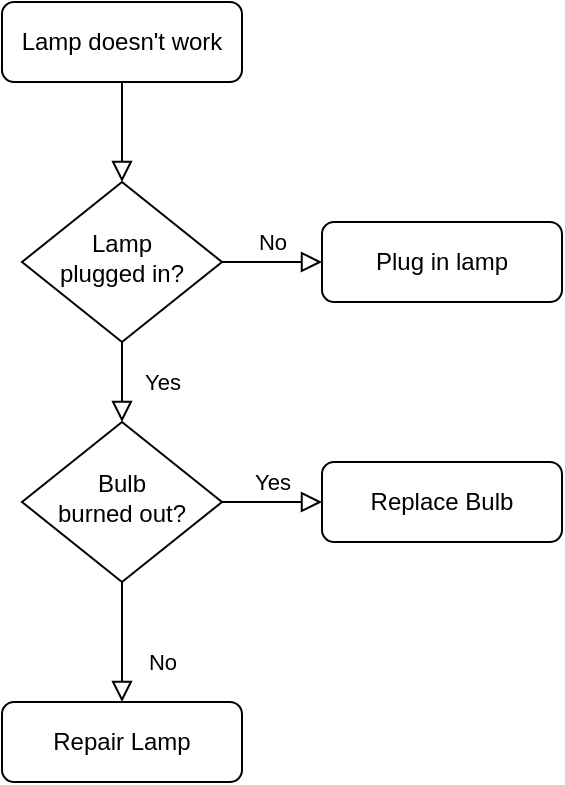
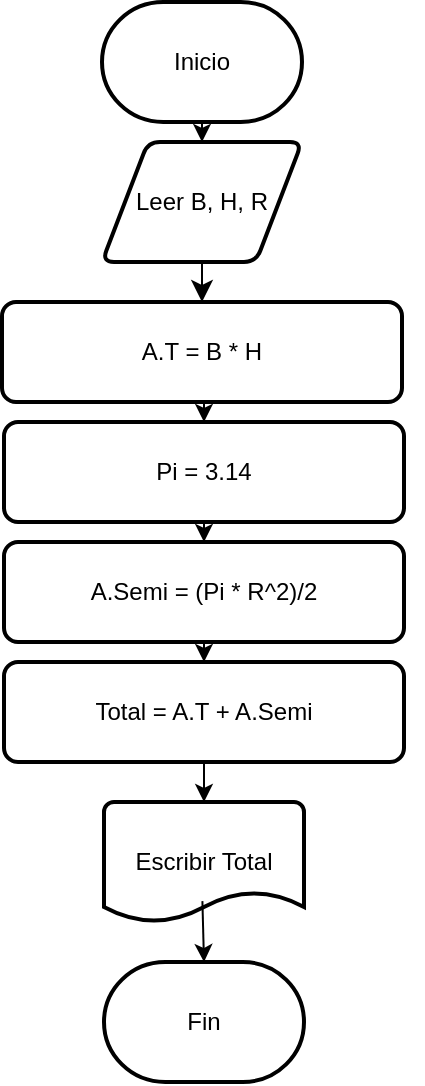
<mxfile host="app.diagrams.net">
  <diagram id="C5RBs43oDa-KdzZeNtuy" name="Page-1">
-     <mxGraphModel dx="1223" dy="898" grid="1" gridSize="10" guides="1" tooltips="1" connect="1" arrows="1" fold="1" page="1" pageScale="1" pageWidth="827" pageHeight="1169" math="0" shadow="0">
+     <mxGraphModel dx="1586" dy="1828" grid="1" gridSize="10" guides="1" tooltips="1" connect="1" arrows="1" fold="1" page="1" pageScale="1" pageWidth="827" pageHeight="1169" math="0" shadow="0">
      <root>
        <mxCell id="WIyWlLk6GJQsqaUBKTNV-0" />
        <mxCell id="WIyWlLk6GJQsqaUBKTNV-1" parent="WIyWlLk6GJQsqaUBKTNV-0" />
-         <mxCell id="WIyWlLk6GJQsqaUBKTNV-2" value="" style="rounded=0;html=1;jettySize=auto;orthogonalLoop=1;fontSize=11;endArrow=block;endFill=0;endSize=8;strokeWidth=1;shadow=0;labelBackgroundColor=none;edgeStyle=orthogonalEdgeStyle;" parent="WIyWlLk6GJQsqaUBKTNV-1" source="WIyWlLk6GJQsqaUBKTNV-3" target="WIyWlLk6GJQsqaUBKTNV-6" edge="1">
+         <mxCell id="kHwZct3Mlhqk7zTX1zlC-1" edge="1" parent="WIyWlLk6GJQsqaUBKTNV-1" source="kHwZct3Mlhqk7zTX1zlC-2" style="edgeStyle=none;curved=1;rounded=0;orthogonalLoop=1;jettySize=auto;html=1;exitX=0.5;exitY=1;exitDx=0;exitDy=0;entryX=0.5;entryY=0;entryDx=0;entryDy=0;fontSize=12;startSize=8;endSize=8;" target="kHwZct3Mlhqk7zTX1zlC-4">
          <mxGeometry relative="1" as="geometry" />
        </mxCell>
-         <mxCell id="WIyWlLk6GJQsqaUBKTNV-3" value="Lamp doesn&#39;t work" style="rounded=1;whiteSpace=wrap;html=1;fontSize=12;glass=0;strokeWidth=1;shadow=0;" parent="WIyWlLk6GJQsqaUBKTNV-1" vertex="1">
-           <mxGeometry x="160" y="80" width="120" height="40" as="geometry" />
+         <mxCell id="kHwZct3Mlhqk7zTX1zlC-2" parent="WIyWlLk6GJQsqaUBKTNV-1" style="shape=parallelogram;html=1;strokeWidth=2;perimeter=parallelogramPerimeter;whiteSpace=wrap;rounded=1;arcSize=12;size=0.23;" value="Leer B, H, R" vertex="1">
+           <mxGeometry height="60" width="100" x="320" y="70" as="geometry" />
        </mxCell>
-         <mxCell id="WIyWlLk6GJQsqaUBKTNV-4" value="Yes" style="rounded=0;html=1;jettySize=auto;orthogonalLoop=1;fontSize=11;endArrow=block;endFill=0;endSize=8;strokeWidth=1;shadow=0;labelBackgroundColor=none;edgeStyle=orthogonalEdgeStyle;" parent="WIyWlLk6GJQsqaUBKTNV-1" source="WIyWlLk6GJQsqaUBKTNV-6" target="WIyWlLk6GJQsqaUBKTNV-10" edge="1">
-           <mxGeometry y="20" relative="1" as="geometry">
-             <mxPoint as="offset" />
+         <mxCell id="kHwZct3Mlhqk7zTX1zlC-21" edge="1" parent="WIyWlLk6GJQsqaUBKTNV-1" source="kHwZct3Mlhqk7zTX1zlC-4" style="edgeStyle=orthogonalEdgeStyle;rounded=0;orthogonalLoop=1;jettySize=auto;html=1;exitX=0.5;exitY=1;exitDx=0;exitDy=0;entryX=0.5;entryY=0;entryDx=0;entryDy=0;" target="kHwZct3Mlhqk7zTX1zlC-19">
+           <mxGeometry relative="1" as="geometry" />
+         </mxCell>
+         <mxCell id="kHwZct3Mlhqk7zTX1zlC-4" parent="WIyWlLk6GJQsqaUBKTNV-1" style="rounded=1;whiteSpace=wrap;html=1;absoluteArcSize=1;arcSize=14;strokeWidth=2;" value="A.T = B *&lt;span style=&quot;color: rgba(0, 0, 0, 0); font-family: monospace; font-size: 0px; text-align: start; white-space: nowrap;&quot;&gt;%3CmxGraphModel%3E%3Croot%3E%3CmxCell%20id%3D%220%22%2F%3E%3CmxCell%20id%3D%221%22%20parent%3D%220%22%2F%3E%3CmxCell%20id%3D%222%22%20parent%3D%221%22%20style%3D%22strokeWidth%3D2%3Bhtml%3D1%3Bshape%3Dmxgraph.flowchart.terminator%3BwhiteSpace%3Dwrap%3B%22%20value%3D%22Fin%22%20vertex%3D%221%22%3E%3CmxGeometry%20height%3D%2260%22%20width%3D%22100%22%20x%3D%22320%22%20y%3D%22370%22%20as%3D%22geometry%22%2F%3E%3C%2FmxCell%3E%3C%2Froot%3E%3C%2FmxGraphModel%3E&lt;/span&gt;&amp;nbsp;H" vertex="1">
+           <mxGeometry height="50" width="200" x="270" y="150" as="geometry" />
+         </mxCell>
+         <mxCell id="kHwZct3Mlhqk7zTX1zlC-6" parent="WIyWlLk6GJQsqaUBKTNV-1" style="strokeWidth=2;html=1;shape=mxgraph.flowchart.terminator;whiteSpace=wrap;" value="Fin" vertex="1">
+           <mxGeometry height="60" width="100" x="321" y="480" as="geometry" />
+         </mxCell>
+         <mxCell id="kHwZct3Mlhqk7zTX1zlC-7" edge="1" parent="WIyWlLk6GJQsqaUBKTNV-1" source="kHwZct3Mlhqk7zTX1zlC-4" style="edgeStyle=none;curved=1;rounded=0;orthogonalLoop=1;jettySize=auto;html=1;exitX=0.5;exitY=0;exitDx=0;exitDy=0;fontSize=12;startSize=8;endSize=8;" target="kHwZct3Mlhqk7zTX1zlC-4">
+           <mxGeometry relative="1" as="geometry" />
+         </mxCell>
+         <mxCell id="kHwZct3Mlhqk7zTX1zlC-8" edge="1" parent="WIyWlLk6GJQsqaUBKTNV-1" source="kHwZct3Mlhqk7zTX1zlC-4" style="edgeStyle=none;curved=1;rounded=0;orthogonalLoop=1;jettySize=auto;html=1;exitX=1;exitY=1;exitDx=0;exitDy=0;fontSize=12;startSize=8;endSize=8;" target="kHwZct3Mlhqk7zTX1zlC-4">
+           <mxGeometry relative="1" as="geometry" />
+         </mxCell>
+         <mxCell id="kHwZct3Mlhqk7zTX1zlC-26" edge="1" parent="WIyWlLk6GJQsqaUBKTNV-1" source="kHwZct3Mlhqk7zTX1zlC-10" style="edgeStyle=orthogonalEdgeStyle;rounded=0;orthogonalLoop=1;jettySize=auto;html=1;exitX=0.5;exitY=1;exitDx=0;exitDy=0;exitPerimeter=0;entryX=0.5;entryY=0;entryDx=0;entryDy=0;" target="kHwZct3Mlhqk7zTX1zlC-2">
+           <mxGeometry relative="1" as="geometry" />
+         </mxCell>
+         <mxCell id="kHwZct3Mlhqk7zTX1zlC-10" parent="WIyWlLk6GJQsqaUBKTNV-1" style="strokeWidth=2;html=1;shape=mxgraph.flowchart.terminator;whiteSpace=wrap;" value="Inicio" vertex="1">
+           <mxGeometry height="60" width="100" x="320" as="geometry" />
+         </mxCell>
+         <mxCell id="kHwZct3Mlhqk7zTX1zlC-13" edge="1" parent="WIyWlLk6GJQsqaUBKTNV-1" style="edgeStyle=orthogonalEdgeStyle;rounded=0;orthogonalLoop=1;jettySize=auto;html=1;exitX=0.5;exitY=1;exitDx=0;exitDy=0;entryX=0.5;entryY=0;entryDx=0;entryDy=0;" target="kHwZct3Mlhqk7zTX1zlC-12">
+           <mxGeometry relative="1" as="geometry">
+             <mxPoint x="370" y="320" as="sourcePoint" />
          </mxGeometry>
        </mxCell>
-         <mxCell id="WIyWlLk6GJQsqaUBKTNV-5" value="No" style="edgeStyle=orthogonalEdgeStyle;rounded=0;html=1;jettySize=auto;orthogonalLoop=1;fontSize=11;endArrow=block;endFill=0;endSize=8;strokeWidth=1;shadow=0;labelBackgroundColor=none;" parent="WIyWlLk6GJQsqaUBKTNV-1" source="WIyWlLk6GJQsqaUBKTNV-6" target="WIyWlLk6GJQsqaUBKTNV-7" edge="1">
-           <mxGeometry y="10" relative="1" as="geometry">
-             <mxPoint as="offset" />
+         <mxCell id="kHwZct3Mlhqk7zTX1zlC-12" parent="WIyWlLk6GJQsqaUBKTNV-1" style="rounded=1;whiteSpace=wrap;html=1;absoluteArcSize=1;arcSize=14;strokeWidth=2;" value="Total = A.T + A.Semi" vertex="1">
+           <mxGeometry height="50" width="200" x="271" y="330" as="geometry" />
+         </mxCell>
+         <mxCell id="kHwZct3Mlhqk7zTX1zlC-22" edge="1" parent="WIyWlLk6GJQsqaUBKTNV-1" source="kHwZct3Mlhqk7zTX1zlC-19" style="edgeStyle=orthogonalEdgeStyle;rounded=0;orthogonalLoop=1;jettySize=auto;html=1;exitX=0.5;exitY=1;exitDx=0;exitDy=0;entryX=0.5;entryY=0;entryDx=0;entryDy=0;" target="kHwZct3Mlhqk7zTX1zlC-20">
+           <mxGeometry relative="1" as="geometry" />
+         </mxCell>
+         <mxCell id="kHwZct3Mlhqk7zTX1zlC-19" parent="WIyWlLk6GJQsqaUBKTNV-1" style="rounded=1;whiteSpace=wrap;html=1;absoluteArcSize=1;arcSize=14;strokeWidth=2;" value="Pi = 3.14" vertex="1">
+           <mxGeometry height="50" width="200" x="271" y="210" as="geometry" />
+         </mxCell>
+         <mxCell id="kHwZct3Mlhqk7zTX1zlC-20" parent="WIyWlLk6GJQsqaUBKTNV-1" style="rounded=1;whiteSpace=wrap;html=1;absoluteArcSize=1;arcSize=14;strokeWidth=2;" value="A.Semi = (Pi * R^2)/2" vertex="1">
+           <mxGeometry height="50" width="200" x="271" y="270" as="geometry" />
+         </mxCell>
+         <mxCell id="kHwZct3Mlhqk7zTX1zlC-23" parent="WIyWlLk6GJQsqaUBKTNV-1" style="strokeWidth=2;html=1;shape=mxgraph.flowchart.document2;whiteSpace=wrap;size=0.25;" value="Escribir Total" vertex="1">
+           <mxGeometry height="60" width="100" x="321" y="400" as="geometry" />
+         </mxCell>
+         <mxCell id="kHwZct3Mlhqk7zTX1zlC-24" edge="1" parent="WIyWlLk6GJQsqaUBKTNV-1" source="kHwZct3Mlhqk7zTX1zlC-12" style="edgeStyle=orthogonalEdgeStyle;rounded=0;orthogonalLoop=1;jettySize=auto;html=1;exitX=0.5;exitY=1;exitDx=0;exitDy=0;entryX=0.5;entryY=0;entryDx=0;entryDy=0;entryPerimeter=0;" target="kHwZct3Mlhqk7zTX1zlC-23">
+           <mxGeometry relative="1" as="geometry" />
+         </mxCell>
+         <mxCell id="kHwZct3Mlhqk7zTX1zlC-25" edge="1" parent="WIyWlLk6GJQsqaUBKTNV-1" source="kHwZct3Mlhqk7zTX1zlC-23" style="endArrow=classic;html=1;rounded=0;entryX=0.5;entryY=0;entryDx=0;entryDy=0;entryPerimeter=0;exitX=0.492;exitY=0.826;exitDx=0;exitDy=0;exitPerimeter=0;" target="kHwZct3Mlhqk7zTX1zlC-6" value="">
+           <mxGeometry height="50" relative="1" width="50" as="geometry">
+             <mxPoint x="390" y="310" as="sourcePoint" />
+             <mxPoint x="440" y="260" as="targetPoint" />
          </mxGeometry>
-         </mxCell>
-         <mxCell id="WIyWlLk6GJQsqaUBKTNV-6" value="Lamp&lt;br&gt;plugged in?" style="rhombus;whiteSpace=wrap;html=1;shadow=0;fontFamily=Helvetica;fontSize=12;align=center;strokeWidth=1;spacing=6;spacingTop=-4;" parent="WIyWlLk6GJQsqaUBKTNV-1" vertex="1">
-           <mxGeometry x="170" y="170" width="100" height="80" as="geometry" />
-         </mxCell>
-         <mxCell id="WIyWlLk6GJQsqaUBKTNV-7" value="Plug in lamp" style="rounded=1;whiteSpace=wrap;html=1;fontSize=12;glass=0;strokeWidth=1;shadow=0;" parent="WIyWlLk6GJQsqaUBKTNV-1" vertex="1">
-           <mxGeometry x="320" y="190" width="120" height="40" as="geometry" />
-         </mxCell>
-         <mxCell id="WIyWlLk6GJQsqaUBKTNV-8" value="No" style="rounded=0;html=1;jettySize=auto;orthogonalLoop=1;fontSize=11;endArrow=block;endFill=0;endSize=8;strokeWidth=1;shadow=0;labelBackgroundColor=none;edgeStyle=orthogonalEdgeStyle;" parent="WIyWlLk6GJQsqaUBKTNV-1" source="WIyWlLk6GJQsqaUBKTNV-10" target="WIyWlLk6GJQsqaUBKTNV-11" edge="1">
-           <mxGeometry x="0.3333" y="20" relative="1" as="geometry">
-             <mxPoint as="offset" />
-           </mxGeometry>
-         </mxCell>
-         <mxCell id="WIyWlLk6GJQsqaUBKTNV-9" value="Yes" style="edgeStyle=orthogonalEdgeStyle;rounded=0;html=1;jettySize=auto;orthogonalLoop=1;fontSize=11;endArrow=block;endFill=0;endSize=8;strokeWidth=1;shadow=0;labelBackgroundColor=none;" parent="WIyWlLk6GJQsqaUBKTNV-1" source="WIyWlLk6GJQsqaUBKTNV-10" target="WIyWlLk6GJQsqaUBKTNV-12" edge="1">
-           <mxGeometry y="10" relative="1" as="geometry">
-             <mxPoint as="offset" />
-           </mxGeometry>
-         </mxCell>
-         <mxCell id="WIyWlLk6GJQsqaUBKTNV-10" value="Bulb&lt;br&gt;burned out?" style="rhombus;whiteSpace=wrap;html=1;shadow=0;fontFamily=Helvetica;fontSize=12;align=center;strokeWidth=1;spacing=6;spacingTop=-4;" parent="WIyWlLk6GJQsqaUBKTNV-1" vertex="1">
-           <mxGeometry x="170" y="290" width="100" height="80" as="geometry" />
-         </mxCell>
-         <mxCell id="WIyWlLk6GJQsqaUBKTNV-11" value="Repair Lamp" style="rounded=1;whiteSpace=wrap;html=1;fontSize=12;glass=0;strokeWidth=1;shadow=0;" parent="WIyWlLk6GJQsqaUBKTNV-1" vertex="1">
-           <mxGeometry x="160" y="430" width="120" height="40" as="geometry" />
-         </mxCell>
-         <mxCell id="WIyWlLk6GJQsqaUBKTNV-12" value="Replace Bulb" style="rounded=1;whiteSpace=wrap;html=1;fontSize=12;glass=0;strokeWidth=1;shadow=0;" parent="WIyWlLk6GJQsqaUBKTNV-1" vertex="1">
-           <mxGeometry x="320" y="310" width="120" height="40" as="geometry" />
        </mxCell>
      </root>
    </mxGraphModel>
  </diagram>
</mxfile>
